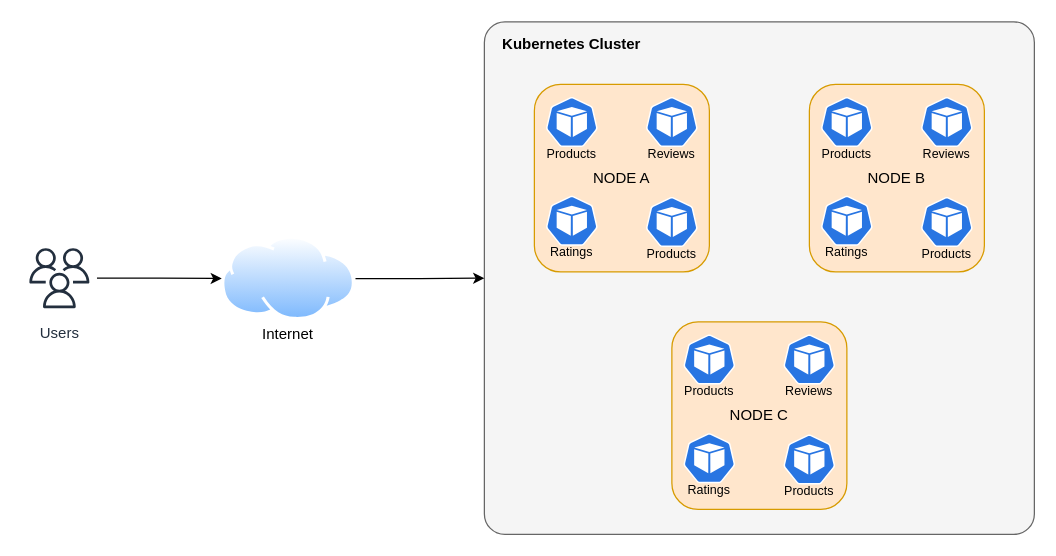
This is page "demo-architecture" (1 of 8) of images/2022-06-24-01-explained-kubernetes-services-ingress/kubernetes-services.drawio from sharadregoti/sharadregoti.github.io, a draw.io file, before an edit. Source tidied: cells renumbered, new cells numbered last; positions are measured from the earlier drawing's top-left corner, leaving out a move shared by most shapes. Both pictures are drawn from the tidied source at 125%, with x=0, y=0 at pixel (21, 21).
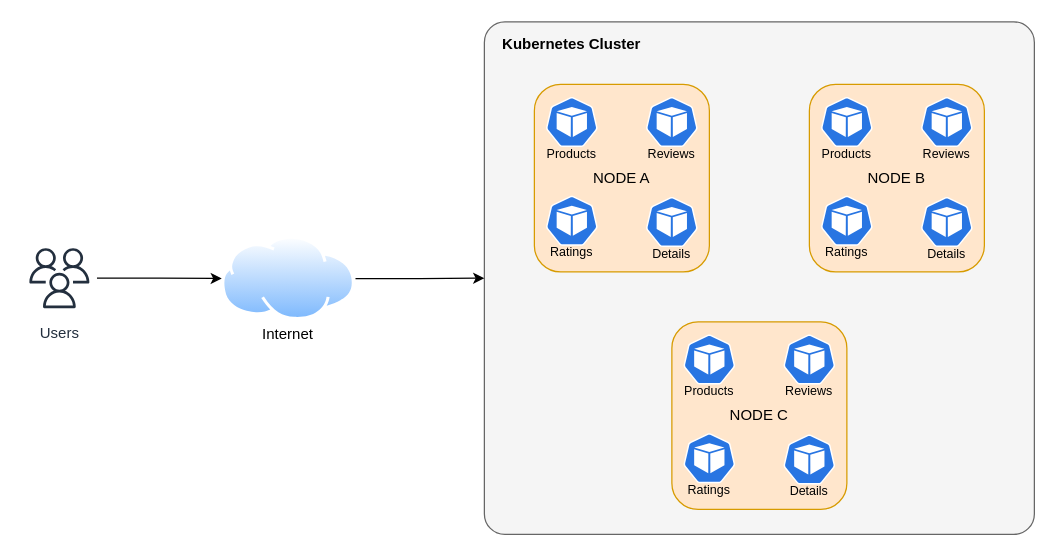
The same page after the edit.

Unchanged cells that the change refers to:
```xml
<mxCell id="13" style="group;" parent="5" vertex="1">
  <mxGeometry x="80" y="90" width="60" height="60" as="geometry" />
</mxCell>
<mxCell id="27" style="group;" parent="19" vertex="1">
  <mxGeometry x="80" y="90" width="60" height="60" as="geometry" />
</mxCell>
<mxCell id="41" style="group;" parent="33" vertex="1">
  <mxGeometry x="80" y="90" width="60" height="60" as="geometry" />
</mxCell>
```

What changed in the source:
```diff
@@
-    <mxCell id="15" value="Products" style="text;html=1;strokeColor=none;fillColor=none;align=center;verticalAlign=middle;whiteSpace=wrap;rounded=0;fontSize=10;" parent="13" vertex="1">
+    <mxCell id="15" value="Details" style="text;html=1;strokeColor=none;fillColor=none;align=center;verticalAlign=middle;whiteSpace=wrap;rounded=0;fontSize=10;" parent="13" vertex="1">
       <mxGeometry y="30" width="60" height="30" as="geometry" />
     </mxCell>
@@
-    <mxCell id="29" value="Products" style="text;html=1;strokeColor=none;fillColor=none;align=center;verticalAlign=middle;whiteSpace=wrap;rounded=0;fontSize=10;" parent="27" vertex="1">
+    <mxCell id="29" value="Details" style="text;html=1;strokeColor=none;fillColor=none;align=center;verticalAlign=middle;whiteSpace=wrap;rounded=0;fontSize=10;" parent="27" vertex="1">
       <mxGeometry y="30" width="60" height="30" as="geometry" />
     </mxCell>
@@
-    <mxCell id="43" value="Products" style="text;html=1;strokeColor=none;fillColor=none;align=center;verticalAlign=middle;whiteSpace=wrap;rounded=0;fontSize=10;" parent="41" vertex="1">
+    <mxCell id="43" value="Details" style="text;html=1;strokeColor=none;fillColor=none;align=center;verticalAlign=middle;whiteSpace=wrap;rounded=0;fontSize=10;" parent="41" vertex="1">
       <mxGeometry y="30" width="60" height="30" as="geometry" />
     </mxCell>
```
